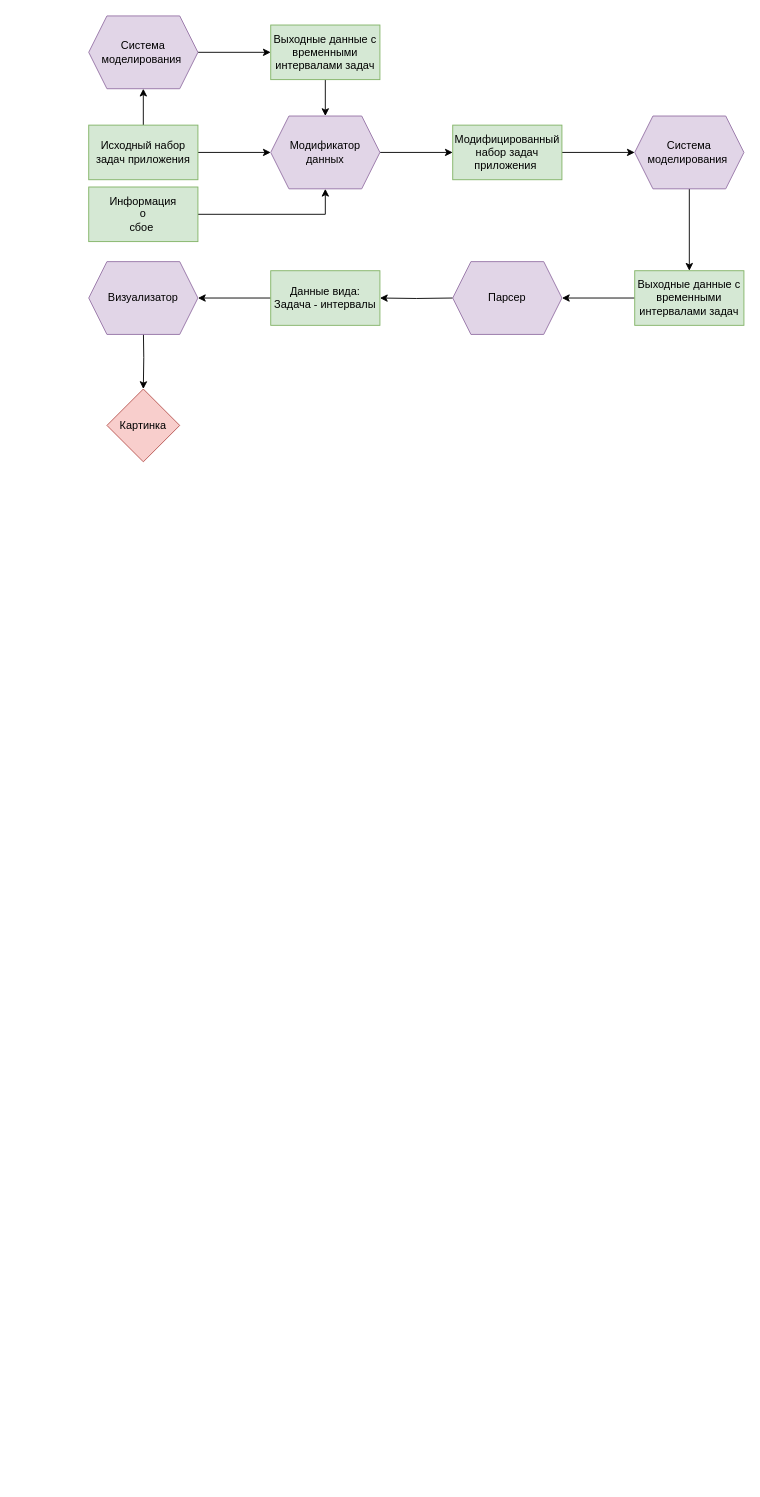
The draw.io diagram graphs/course_work.drawio in Ushuaya/VMK, before the edit. Source tidied: cells renumbered, new cells numbered last; positions are measured from the earlier drawing's top-left corner, leaving out a move shared by most shapes. Both pictures are drawn from the tidied source at 91%, with x=0, y=0 at pixel (88, 15).
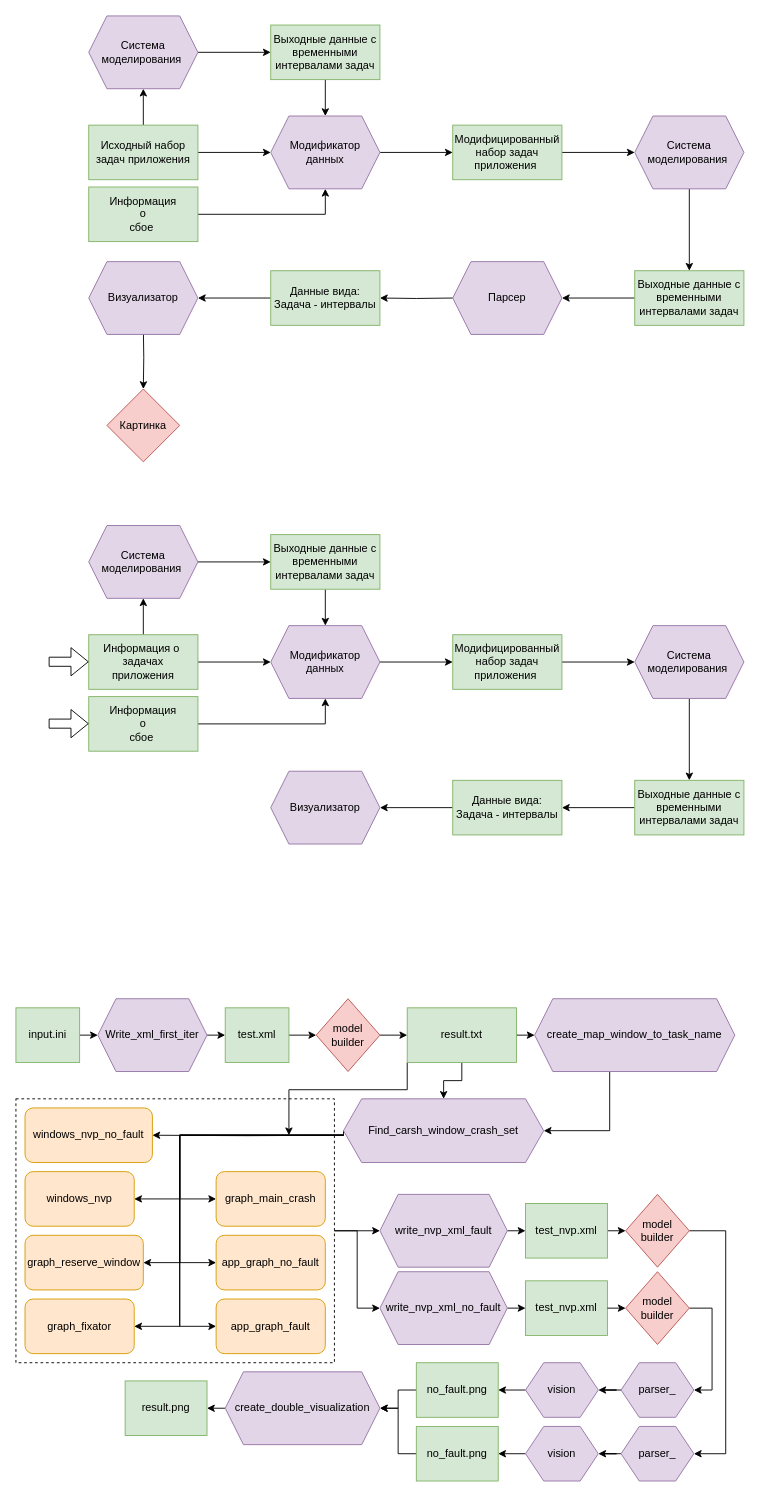
The same page after the edit.

The edit, as a diff of the source:
```diff
@@
+    <mxCell id="26" style="rounded=0;whiteSpace=wrap;html=1;fillColor=none;shadow=0;dashed=1;" parent="1" vertex="1">
+      <mxGeometry x="-80" y="1190" width="350" height="290" as="geometry" />
+    </mxCell>
@@
+    <mxCell id="27" style="edgeStyle=orthogonalEdgeStyle;rounded=0;jettySize=auto;html=1;exitX=0.5;exitY=0;exitDx=0;exitDy=0;entryX=0.5;entryY=1;entryDx=0;entryDy=0;" parent="1" edge="1" source="29" target="42">
+      <mxGeometry relative="1" as="geometry" />
+    </mxCell>
+    <mxCell id="28" style="edgeStyle=orthogonalEdgeStyle;rounded=0;jettySize=auto;html=1;exitX=1;exitY=0.5;exitDx=0;exitDy=0;entryX=0;entryY=0.5;entryDx=0;entryDy=0;" parent="1" edge="1" source="29" target="46">
+      <mxGeometry relative="1" as="geometry" />
+    </mxCell>
+    <mxCell id="29" value="Информация о&amp;nbsp;&lt;br&gt;задачах&lt;br&gt;приложения" style="rounded=0;whiteSpace=wrap;html=1;fillColor=#d5e8d4;strokeColor=#82b366;shadow=0;glass=0;" parent="1" vertex="1">
+      <mxGeometry y="680" width="120" height="60" as="geometry" />
+    </mxCell>
+    <mxCell id="30" style="edgeStyle=orthogonalEdgeStyle;rounded=0;jettySize=auto;html=1;" parent="1" edge="1" source="31" target="33">
+      <mxGeometry relative="1" as="geometry" />
+    </mxCell>
+    <mxCell id="31" value="Модифицированный набор задач приложения&amp;nbsp;" style="whiteSpace=wrap;html=1;fillColor=#d5e8d4;strokeColor=#82b366;" parent="1" vertex="1">
+      <mxGeometry x="400" y="680" width="120" height="60" as="geometry" />
+    </mxCell>
+    <mxCell id="32" style="edgeStyle=orthogonalEdgeStyle;rounded=0;jettySize=auto;html=1;" parent="1" edge="1" source="33" target="35">
+      <mxGeometry relative="1" as="geometry" />
+    </mxCell>
+    <mxCell id="33" value="Система моделирования&amp;nbsp;" style="shape=hexagon;perimeter=hexagonPerimeter2;whiteSpace=wrap;html=1;fixedSize=1;fillColor=#e1d5e7;strokeColor=#9673a6;" parent="1" vertex="1">
+      <mxGeometry x="600" y="670" width="120" height="80" as="geometry" />
+    </mxCell>
+    <mxCell id="34" style="edgeStyle=orthogonalEdgeStyle;rounded=0;jettySize=auto;html=1;exitX=0;exitY=0.5;exitDx=0;exitDy=0;entryX=1;entryY=0.5;entryDx=0;entryDy=0;" parent="1" edge="1" source="35" target="37">
+      <mxGeometry relative="1" as="geometry" />
+    </mxCell>
+    <mxCell id="35" value="Выходные данные с временными интервалами задач" style="whiteSpace=wrap;html=1;fillColor=#d5e8d4;strokeColor=#82b366;" parent="1" vertex="1">
+      <mxGeometry x="600" y="840" width="120" height="60" as="geometry" />
+    </mxCell>
+    <mxCell id="36" style="edgeStyle=orthogonalEdgeStyle;rounded=0;jettySize=auto;html=1;" parent="1" edge="1" source="37" target="38">
+      <mxGeometry relative="1" as="geometry" />
+    </mxCell>
+    <mxCell id="37" value="Данные вида:&lt;br&gt;Задача - интервалы" style="whiteSpace=wrap;html=1;fillColor=#d5e8d4;strokeColor=#82b366;" parent="1" vertex="1">
+      <mxGeometry x="400" y="840" width="120" height="60" as="geometry" />
+    </mxCell>
+    <mxCell id="38" value="Визуализатор" style="shape=hexagon;perimeter=hexagonPerimeter2;whiteSpace=wrap;html=1;fixedSize=1;fillColor=#e1d5e7;strokeColor=#9673a6;" parent="1" vertex="1">
+      <mxGeometry x="200" y="830" width="120" height="80" as="geometry" />
+    </mxCell>
+    <mxCell id="39" style="edgeStyle=orthogonalEdgeStyle;rounded=0;jettySize=auto;html=1;exitX=1;exitY=0.5;exitDx=0;exitDy=0;entryX=0.5;entryY=1;entryDx=0;entryDy=0;" parent="1" edge="1" source="40" target="46">
+      <mxGeometry relative="1" as="geometry" />
+    </mxCell>
+    <mxCell id="40" value="Информация&lt;br style=&quot;border-color: var(--border-color);&quot;&gt;о&lt;br style=&quot;border-color: var(--border-color);&quot;&gt;сбое&amp;nbsp;" style="rounded=0;whiteSpace=wrap;html=1;fillColor=#d5e8d4;strokeColor=#82b366;" parent="1" vertex="1">
+      <mxGeometry y="748" width="120" height="60" as="geometry" />
+    </mxCell>
+    <mxCell id="41" style="edgeStyle=orthogonalEdgeStyle;rounded=0;jettySize=auto;html=1;exitX=1;exitY=0.5;exitDx=0;exitDy=0;" parent="1" edge="1" source="42" target="44">
+      <mxGeometry relative="1" as="geometry" />
+    </mxCell>
+    <mxCell id="42" value="Система моделирования&amp;nbsp;" style="shape=hexagon;perimeter=hexagonPerimeter2;whiteSpace=wrap;html=1;fixedSize=1;fillColor=#e1d5e7;strokeColor=#9673a6;" parent="1" vertex="1">
+      <mxGeometry y="560" width="120" height="80" as="geometry" />
+    </mxCell>
+    <mxCell id="43" style="edgeStyle=orthogonalEdgeStyle;rounded=0;jettySize=auto;html=1;exitX=0.5;exitY=1;exitDx=0;exitDy=0;entryX=0.5;entryY=0;entryDx=0;entryDy=0;" parent="1" edge="1" source="44" target="46">
+      <mxGeometry relative="1" as="geometry" />
+    </mxCell>
+    <mxCell id="44" value="Выходные данные с временными интервалами задач" style="rounded=0;whiteSpace=wrap;html=1;fillColor=#d5e8d4;strokeColor=#82b366;" parent="1" vertex="1">
+      <mxGeometry x="200" y="570" width="120" height="60" as="geometry" />
+    </mxCell>
+    <mxCell id="45" style="edgeStyle=orthogonalEdgeStyle;rounded=0;jettySize=auto;html=1;exitX=1;exitY=0.5;exitDx=0;exitDy=0;" parent="1" edge="1" source="46" target="31">
+      <mxGeometry relative="1" as="geometry" />
+    </mxCell>
+    <mxCell id="46" value="&amp;nbsp;Модификатор&amp;nbsp;&lt;br style=&quot;border-color: var(--border-color);&quot;&gt;&lt;span style=&quot;border-color: var(--border-color);&quot;&gt;данных&lt;/span&gt;" style="shape=hexagon;perimeter=hexagonPerimeter2;whiteSpace=wrap;html=1;fixedSize=1;fillColor=#e1d5e7;strokeColor=#9673a6;" parent="1" vertex="1">
+      <mxGeometry x="200" y="670" width="120" height="80" as="geometry" />
+    </mxCell>
+    <mxCell id="47" style="edgeStyle=orthogonalEdgeStyle;rounded=0;jettySize=auto;html=1;exitX=1;exitY=0.5;exitDx=0;exitDy=0;entryX=0;entryY=0.5;entryDx=0;entryDy=0;" parent="1" edge="1" source="48" target="50">
+      <mxGeometry relative="1" as="geometry" />
+    </mxCell>
+    <mxCell id="48" value="input.ini" style="rounded=0;whiteSpace=wrap;html=1;fillColor=#d5e8d4;strokeColor=#82b366;shadow=0;glass=0;" parent="1" vertex="1">
+      <mxGeometry x="-80" y="1090" width="70" height="60" as="geometry" />
+    </mxCell>
+    <mxCell id="49" style="edgeStyle=orthogonalEdgeStyle;rounded=0;jettySize=auto;html=1;exitX=1;exitY=0.5;exitDx=0;exitDy=0;entryX=0;entryY=0.5;entryDx=0;entryDy=0;" parent="1" edge="1" source="50" target="79">
+      <mxGeometry relative="1" as="geometry" />
+    </mxCell>
+    <mxCell id="50" value="Write_xml_first_iter" style="shape=hexagon;perimeter=hexagonPerimeter2;whiteSpace=wrap;html=1;fixedSize=1;fillColor=#e1d5e7;strokeColor=#9673a6;" parent="1" vertex="1">
+      <mxGeometry x="10" y="1080" width="120" height="80" as="geometry" />
+    </mxCell>
+    <mxCell id="51" style="edgeStyle=orthogonalEdgeStyle;rounded=0;jettySize=auto;html=1;exitX=1;exitY=0.5;exitDx=0;exitDy=0;entryX=0;entryY=0.5;entryDx=0;entryDy=0;" parent="1" edge="1" source="54" target="56">
+      <mxGeometry relative="1" as="geometry" />
+    </mxCell>
+    <mxCell id="52" style="edgeStyle=orthogonalEdgeStyle;rounded=0;jettySize=auto;html=1;exitX=0;exitY=1;exitDx=0;exitDy=0;" parent="1" edge="1" source="54">
+      <mxGeometry relative="1" as="geometry">
+        <mxPoint x="220" y="1230" as="targetPoint" />
+        <Array as="points">
+          <mxPoint x="350" y="1180" />
+          <mxPoint x="220" y="1180" />
+        </Array>
+      </mxGeometry>
+    </mxCell>
+    <mxCell id="53" style="edgeStyle=orthogonalEdgeStyle;rounded=0;jettySize=auto;html=1;exitX=0.5;exitY=1;exitDx=0;exitDy=0;" parent="1" edge="1" source="54" target="64">
+      <mxGeometry relative="1" as="geometry" />
+    </mxCell>
+    <mxCell id="54" value="result.txt" style="rounded=0;whiteSpace=wrap;html=1;fillColor=#d5e8d4;strokeColor=#82b366;shadow=0;glass=0;" parent="1" vertex="1">
+      <mxGeometry x="350" y="1090" width="120" height="60" as="geometry" />
+    </mxCell>
+    <mxCell id="55" style="edgeStyle=orthogonalEdgeStyle;rounded=0;jettySize=auto;html=1;exitX=0.375;exitY=1;exitDx=0;exitDy=0;entryX=1;entryY=0.5;entryDx=0;entryDy=0;" parent="1" edge="1" source="56" target="64">
+      <mxGeometry relative="1" as="geometry" />
+    </mxCell>
+    <mxCell id="56" value="create_map_window_to_task_name" style="shape=hexagon;perimeter=hexagonPerimeter2;whiteSpace=wrap;html=1;fixedSize=1;fillColor=#e1d5e7;strokeColor=#9673a6;" parent="1" vertex="1">
+      <mxGeometry x="490" y="1080" width="220" height="80" as="geometry" />
+    </mxCell>
+    <mxCell id="57" style="edgeStyle=orthogonalEdgeStyle;rounded=0;jettySize=auto;html=1;exitX=0;exitY=0.5;exitDx=0;exitDy=0;entryX=0;entryY=0.5;entryDx=0;entryDy=0;" parent="1" edge="1" target="66">
+      <mxGeometry relative="1" as="geometry">
+        <mxPoint x="280" y="1230" as="sourcePoint" />
+        <Array as="points">
+          <mxPoint x="100" y="1230" />
+          <mxPoint x="100" y="1300" />
+        </Array>
+      </mxGeometry>
+    </mxCell>
+    <mxCell id="58" style="edgeStyle=orthogonalEdgeStyle;rounded=0;jettySize=auto;html=1;exitX=0;exitY=0.5;exitDx=0;exitDy=0;entryX=0;entryY=0.5;entryDx=0;entryDy=0;" parent="1" edge="1" target="67">
+      <mxGeometry relative="1" as="geometry">
+        <mxPoint x="280" y="1230" as="sourcePoint" />
+        <Array as="points">
+          <mxPoint x="100" y="1230" />
+          <mxPoint x="100" y="1370" />
+        </Array>
+      </mxGeometry>
+    </mxCell>
+    <mxCell id="59" style="edgeStyle=orthogonalEdgeStyle;rounded=0;jettySize=auto;html=1;exitX=0;exitY=0.5;exitDx=0;exitDy=0;entryX=0;entryY=0.5;entryDx=0;entryDy=0;" parent="1" edge="1" target="69">
+      <mxGeometry relative="1" as="geometry">
+        <mxPoint x="280" y="1230" as="sourcePoint" />
+        <Array as="points">
+          <mxPoint x="100" y="1230" />
+          <mxPoint x="100" y="1440" />
+        </Array>
+      </mxGeometry>
+    </mxCell>
+    <mxCell id="60" style="edgeStyle=orthogonalEdgeStyle;rounded=0;jettySize=auto;html=1;exitX=0;exitY=0.5;exitDx=0;exitDy=0;" parent="1" edge="1" target="68">
+      <mxGeometry relative="1" as="geometry">
+        <mxPoint x="280" y="1230" as="sourcePoint" />
+      </mxGeometry>
+    </mxCell>
+    <mxCell id="61" style="edgeStyle=orthogonalEdgeStyle;rounded=0;jettySize=auto;html=1;exitX=0;exitY=0.5;exitDx=0;exitDy=0;entryX=1;entryY=0.5;entryDx=0;entryDy=0;" parent="1" edge="1" target="65">
+      <mxGeometry relative="1" as="geometry">
+        <mxPoint x="280" y="1230" as="sourcePoint" />
+        <Array as="points">
+          <mxPoint x="100" y="1230" />
+          <mxPoint x="100" y="1300" />
+        </Array>
+      </mxGeometry>
+    </mxCell>
+    <mxCell id="62" style="edgeStyle=orthogonalEdgeStyle;rounded=0;jettySize=auto;html=1;exitX=0;exitY=0.5;exitDx=0;exitDy=0;entryX=1;entryY=0.5;entryDx=0;entryDy=0;" parent="1" edge="1" target="74">
+      <mxGeometry relative="1" as="geometry">
+        <mxPoint x="280" y="1230" as="sourcePoint" />
+        <Array as="points">
+          <mxPoint x="100" y="1230" />
+          <mxPoint x="100" y="1370" />
+        </Array>
+      </mxGeometry>
+    </mxCell>
+    <mxCell id="63" style="edgeStyle=orthogonalEdgeStyle;rounded=0;jettySize=auto;html=1;exitX=0;exitY=0.5;exitDx=0;exitDy=0;entryX=1;entryY=0.5;entryDx=0;entryDy=0;" parent="1" edge="1" source="64" target="75">
+      <mxGeometry relative="1" as="geometry">
+        <Array as="points">
+          <mxPoint x="100" y="1230" />
+          <mxPoint x="100" y="1440" />
+        </Array>
+      </mxGeometry>
+    </mxCell>
+    <mxCell id="64" value="Find_carsh_window_crash_set" style="shape=hexagon;perimeter=hexagonPerimeter2;whiteSpace=wrap;html=1;fixedSize=1;fillColor=#e1d5e7;strokeColor=#9673a6;" parent="1" vertex="1">
+      <mxGeometry x="280" y="1190" width="220" height="70" as="geometry" />
+    </mxCell>
+    <mxCell id="65" value="windows_nvp" style="rounded=1;whiteSpace=wrap;html=1;fillColor=#ffe6cc;strokeColor=#d79b00;" parent="1" vertex="1">
+      <mxGeometry x="-70" y="1270" width="120" height="60" as="geometry" />
+    </mxCell>
+    <mxCell id="66" value="graph_main_crash" style="rounded=1;whiteSpace=wrap;html=1;fillColor=#ffe6cc;strokeColor=#d79b00;" parent="1" vertex="1">
+      <mxGeometry x="140" y="1270" width="120" height="60" as="geometry" />
+    </mxCell>
+    <mxCell id="67" value="app_graph_no_fault" style="rounded=1;whiteSpace=wrap;html=1;fillColor=#ffe6cc;strokeColor=#d79b00;" parent="1" vertex="1">
+      <mxGeometry x="140" y="1340" width="120" height="60" as="geometry" />
+    </mxCell>
+    <mxCell id="68" value="windows_nvp_no_fault" style="rounded=1;whiteSpace=wrap;html=1;fillColor=#ffe6cc;strokeColor=#d79b00;" parent="1" vertex="1">
+      <mxGeometry x="-70" y="1200" width="140" height="60" as="geometry" />
+    </mxCell>
+    <mxCell id="69" value="app_graph_fault" style="rounded=1;whiteSpace=wrap;html=1;fillColor=#ffe6cc;strokeColor=#d79b00;" parent="1" vertex="1">
+      <mxGeometry x="140" y="1410" width="120" height="60" as="geometry" />
+    </mxCell>
+    <mxCell id="70" style="edgeStyle=orthogonalEdgeStyle;rounded=0;jettySize=auto;html=1;exitX=1;exitY=0.5;exitDx=0;exitDy=0;entryX=0;entryY=0.5;entryDx=0;entryDy=0;" parent="1" edge="1" source="71" target="86">
+      <mxGeometry relative="1" as="geometry" />
+    </mxCell>
+    <mxCell id="71" value="write_nvp_xml_no_fault" style="shape=hexagon;perimeter=hexagonPerimeter2;whiteSpace=wrap;html=1;fixedSize=1;fillColor=#e1d5e7;strokeColor=#9673a6;" parent="1" vertex="1">
+      <mxGeometry x="320" y="1380" width="140" height="80" as="geometry" />
+    </mxCell>
+    <mxCell id="72" style="edgeStyle=orthogonalEdgeStyle;rounded=0;jettySize=auto;html=1;exitX=1;exitY=0.5;exitDx=0;exitDy=0;entryX=0;entryY=0.5;entryDx=0;entryDy=0;" parent="1" edge="1" source="73" target="83">
+      <mxGeometry relative="1" as="geometry" />
+    </mxCell>
+    <mxCell id="73" value="write_nvp_xml_fault" style="shape=hexagon;perimeter=hexagonPerimeter2;whiteSpace=wrap;html=1;fixedSize=1;fillColor=#e1d5e7;strokeColor=#9673a6;" parent="1" vertex="1">
+      <mxGeometry x="320" y="1295" width="140" height="80" as="geometry" />
+    </mxCell>
+    <mxCell id="74" value="graph_reserve_window" style="rounded=1;whiteSpace=wrap;html=1;fillColor=#ffe6cc;strokeColor=#d79b00;" parent="1" vertex="1">
+      <mxGeometry x="-70" y="1340" width="130" height="60" as="geometry" />
+    </mxCell>
+    <mxCell id="75" value="graph_fixator" style="rounded=1;whiteSpace=wrap;html=1;fillColor=#ffe6cc;strokeColor=#d79b00;" parent="1" vertex="1">
+      <mxGeometry x="-70" y="1410" width="120" height="60" as="geometry" />
+    </mxCell>
+    <mxCell id="76" style="edgeStyle=orthogonalEdgeStyle;rounded=0;jettySize=auto;html=1;exitX=1;exitY=0.5;exitDx=0;exitDy=0;entryX=0;entryY=0.5;entryDx=0;entryDy=0;" parent="1" edge="1" source="26" target="73">
+      <mxGeometry relative="1" as="geometry" />
+    </mxCell>
+    <mxCell id="77" style="edgeStyle=orthogonalEdgeStyle;rounded=0;jettySize=auto;html=1;exitX=1;exitY=0.5;exitDx=0;exitDy=0;entryX=0;entryY=0.5;entryDx=0;entryDy=0;" parent="1" edge="1" source="26" target="71">
+      <mxGeometry relative="1" as="geometry" />
+    </mxCell>
+    <mxCell id="78" style="edgeStyle=orthogonalEdgeStyle;rounded=0;jettySize=auto;html=1;exitX=1;exitY=0.5;exitDx=0;exitDy=0;" parent="1" edge="1" source="79">
+      <mxGeometry relative="1" as="geometry">
+        <mxPoint x="250" y="1120" as="targetPoint" />
+      </mxGeometry>
+    </mxCell>
+    <mxCell id="79" value="test.xml" style="rounded=0;whiteSpace=wrap;html=1;fillColor=#d5e8d4;strokeColor=#82b366;shadow=0;glass=0;" parent="1" vertex="1">
+      <mxGeometry x="150" y="1090" width="70" height="60" as="geometry" />
+    </mxCell>
+    <mxCell id="80" style="edgeStyle=orthogonalEdgeStyle;rounded=0;jettySize=auto;html=1;exitX=1;exitY=0.5;exitDx=0;exitDy=0;entryX=0;entryY=0.5;entryDx=0;entryDy=0;" parent="1" edge="1" source="81" target="54">
+      <mxGeometry relative="1" as="geometry" />
+    </mxCell>
+    <mxCell id="81" value="model&lt;br&gt;builder" style="rhombus;whiteSpace=wrap;html=1;fillColor=#f8cecc;strokeColor=#b85450;" parent="1" vertex="1">
+      <mxGeometry x="250" y="1080" width="70" height="80" as="geometry" />
+    </mxCell>
+    <mxCell id="82" style="edgeStyle=orthogonalEdgeStyle;rounded=0;jettySize=auto;html=1;exitX=1;exitY=0.5;exitDx=0;exitDy=0;entryX=0;entryY=0.5;entryDx=0;entryDy=0;" parent="1" edge="1" source="83" target="85">
+      <mxGeometry relative="1" as="geometry" />
+    </mxCell>
+    <mxCell id="83" value="test_nvp.xml" style="rounded=0;whiteSpace=wrap;html=1;fillColor=#d5e8d4;strokeColor=#82b366;shadow=0;glass=0;" parent="1" vertex="1">
+      <mxGeometry x="480" y="1305" width="90" height="60" as="geometry" />
+    </mxCell>
+    <mxCell id="84" style="edgeStyle=orthogonalEdgeStyle;rounded=0;jettySize=auto;html=1;exitX=1;exitY=0.5;exitDx=0;exitDy=0;entryX=1;entryY=0.5;entryDx=0;entryDy=0;" parent="1" edge="1" source="85" target="93">
+      <mxGeometry relative="1" as="geometry">
+        <Array as="points">
+          <mxPoint x="700" y="1335" />
+          <mxPoint x="700" y="1580" />
+        </Array>
+      </mxGeometry>
+    </mxCell>
+    <mxCell id="85" value="model&lt;br&gt;builder" style="rhombus;whiteSpace=wrap;html=1;fillColor=#f8cecc;strokeColor=#b85450;" parent="1" vertex="1">
+      <mxGeometry x="590" y="1295" width="70" height="80" as="geometry" />
+    </mxCell>
+    <mxCell id="86" value="test_nvp.xml" style="rounded=0;whiteSpace=wrap;html=1;fillColor=#d5e8d4;strokeColor=#82b366;shadow=0;glass=0;" parent="1" vertex="1">
+      <mxGeometry x="480" y="1390" width="90" height="60" as="geometry" />
+    </mxCell>
+    <mxCell id="87" style="edgeStyle=orthogonalEdgeStyle;rounded=0;jettySize=auto;html=1;exitX=1;exitY=0.5;exitDx=0;exitDy=0;entryX=0;entryY=0.5;entryDx=0;entryDy=0;" parent="1" edge="1" target="89">
+      <mxGeometry relative="1" as="geometry">
+        <mxPoint x="570" y="1420" as="sourcePoint" />
+      </mxGeometry>
+    </mxCell>
+    <mxCell id="88" style="edgeStyle=orthogonalEdgeStyle;rounded=0;jettySize=auto;html=1;exitX=1;exitY=0.5;exitDx=0;exitDy=0;entryX=1;entryY=0.5;entryDx=0;entryDy=0;" parent="1" edge="1" source="89" target="91">
+      <mxGeometry relative="1" as="geometry" />
+    </mxCell>
+    <mxCell id="89" value="model&lt;br&gt;builder" style="rhombus;whiteSpace=wrap;html=1;fillColor=#f8cecc;strokeColor=#b85450;" parent="1" vertex="1">
+      <mxGeometry x="590" y="1380" width="70" height="80" as="geometry" />
+    </mxCell>
+    <mxCell id="90" style="edgeStyle=orthogonalEdgeStyle;rounded=0;jettySize=auto;html=1;exitX=0;exitY=0.5;exitDx=0;exitDy=0;" parent="1" edge="1" source="91" target="95">
+      <mxGeometry relative="1" as="geometry" />
+    </mxCell>
+    <mxCell id="91" value="parser_" style="shape=hexagon;perimeter=hexagonPerimeter2;whiteSpace=wrap;html=1;fixedSize=1;fillColor=#e1d5e7;strokeColor=#9673a6;" parent="1" vertex="1">
+      <mxGeometry x="585" y="1480" width="80" height="60" as="geometry" />
+    </mxCell>
+    <mxCell id="92" style="edgeStyle=orthogonalEdgeStyle;rounded=0;jettySize=auto;html=1;exitX=0;exitY=0.5;exitDx=0;exitDy=0;" parent="1" edge="1" source="93" target="97">
+      <mxGeometry relative="1" as="geometry" />
+    </mxCell>
+    <mxCell id="93" value="parser_" style="shape=hexagon;perimeter=hexagonPerimeter2;whiteSpace=wrap;html=1;fixedSize=1;fillColor=#e1d5e7;strokeColor=#9673a6;" parent="1" vertex="1">
+      <mxGeometry x="585" y="1550" width="80" height="60" as="geometry" />
+    </mxCell>
+    <mxCell id="94" style="edgeStyle=orthogonalEdgeStyle;rounded=0;jettySize=auto;html=1;exitX=0;exitY=0.5;exitDx=0;exitDy=0;" parent="1" edge="1" source="95">
+      <mxGeometry relative="1" as="geometry">
+        <mxPoint x="450" y="1509.8" as="targetPoint" />
+      </mxGeometry>
+    </mxCell>
+    <mxCell id="95" value="vision" style="shape=hexagon;perimeter=hexagonPerimeter2;whiteSpace=wrap;html=1;fixedSize=1;fillColor=#e1d5e7;strokeColor=#9673a6;" parent="1" vertex="1">
+      <mxGeometry x="480" y="1480" width="80" height="60" as="geometry" />
+    </mxCell>
+    <mxCell id="96" style="edgeStyle=orthogonalEdgeStyle;rounded=0;jettySize=auto;html=1;exitX=0;exitY=0.5;exitDx=0;exitDy=0;entryX=1;entryY=0.5;entryDx=0;entryDy=0;" parent="1" edge="1" source="97" target="101">
+      <mxGeometry relative="1" as="geometry" />
+    </mxCell>
+    <mxCell id="97" value="vision" style="shape=hexagon;perimeter=hexagonPerimeter2;whiteSpace=wrap;html=1;fixedSize=1;fillColor=#e1d5e7;strokeColor=#9673a6;" parent="1" vertex="1">
+      <mxGeometry x="480" y="1550" width="80" height="60" as="geometry" />
+    </mxCell>
+    <mxCell id="98" style="edgeStyle=orthogonalEdgeStyle;rounded=0;jettySize=auto;html=1;exitX=0;exitY=0.5;exitDx=0;exitDy=0;" parent="1" edge="1" source="99" target="103">
+      <mxGeometry relative="1" as="geometry" />
+    </mxCell>
+    <mxCell id="99" value="no_fault.png" style="rounded=0;whiteSpace=wrap;html=1;fillColor=#d5e8d4;strokeColor=#82b366;shadow=0;glass=0;" parent="1" vertex="1">
+      <mxGeometry x="360" y="1480" width="90" height="60" as="geometry" />
+    </mxCell>
+    <mxCell id="100" style="edgeStyle=orthogonalEdgeStyle;rounded=0;jettySize=auto;html=1;exitX=0;exitY=0.5;exitDx=0;exitDy=0;entryX=1;entryY=0.5;entryDx=0;entryDy=0;" parent="1" edge="1" source="101" target="103">
+      <mxGeometry relative="1" as="geometry" />
+    </mxCell>
+    <mxCell id="101" value="no_fault.png" style="rounded=0;whiteSpace=wrap;html=1;fillColor=#d5e8d4;strokeColor=#82b366;shadow=0;glass=0;" parent="1" vertex="1">
+      <mxGeometry x="360" y="1550" width="90" height="60" as="geometry" />
+    </mxCell>
+    <mxCell id="102" style="edgeStyle=orthogonalEdgeStyle;rounded=0;jettySize=auto;html=1;exitX=0;exitY=0.5;exitDx=0;exitDy=0;" parent="1" edge="1" source="103">
+      <mxGeometry relative="1" as="geometry">
+        <mxPoint x="130" y="1529.8" as="targetPoint" />
+      </mxGeometry>
+    </mxCell>
+    <mxCell id="103" value="create_double_visualization" style="shape=hexagon;perimeter=hexagonPerimeter2;whiteSpace=wrap;html=1;fixedSize=1;fillColor=#e1d5e7;strokeColor=#9673a6;" parent="1" vertex="1">
+      <mxGeometry x="150" y="1490" width="170" height="80" as="geometry" />
+    </mxCell>
+    <mxCell id="104" value="result.png" style="rounded=0;whiteSpace=wrap;html=1;fillColor=#d5e8d4;strokeColor=#82b366;shadow=0;glass=0;" parent="1" vertex="1">
+      <mxGeometry x="40" y="1500" width="90" height="60" as="geometry" />
+    </mxCell>
+    <mxCell id="105" style="shape=flexArrow;endArrow=classic;html=1;rounded=0;" parent="1" edge="1">
+      <mxGeometry relative="1" as="geometry">
+        <mxPoint x="-44" y="709.7" as="sourcePoint" />
+        <mxPoint y="709.7" as="targetPoint" />
+      </mxGeometry>
+    </mxCell>
+    <mxCell id="106" style="shape=flexArrow;endArrow=classic;html=1;rounded=0;" parent="1" edge="1">
+      <mxGeometry relative="1" as="geometry">
+        <mxPoint x="-44" y="777.7" as="sourcePoint" />
+        <mxPoint y="777.7" as="targetPoint" />
+      </mxGeometry>
+    </mxCell>
```
